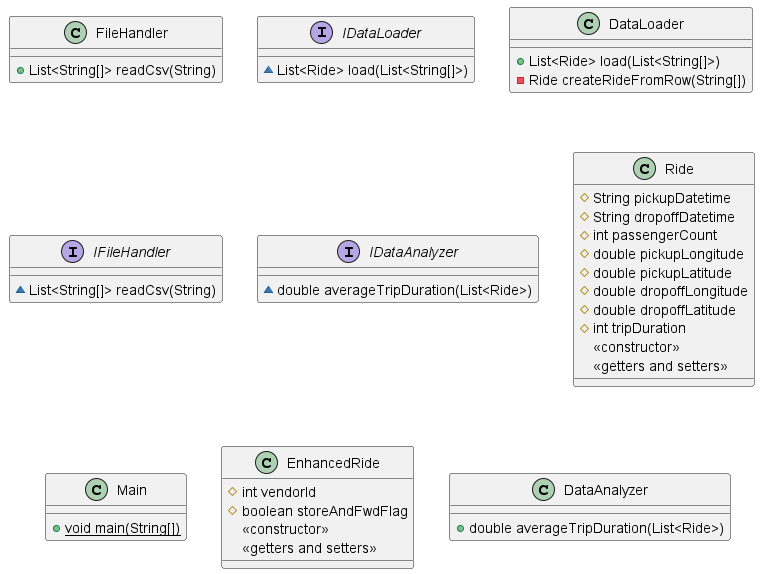
This is ENSF 607/assignments/NYC/documents/taxi_1.png from chvaldez10/ENSF-607-608, a PlantUML export, as it was before one commit. Source of this version:
```plantuml
@startuml
class FileHandler {
+ List<String[]> readCsv(String)
}

interface IDataLoader {
~ List<Ride> load(List<String[]>)
}

class DataLoader {
+ List<Ride> load(List<String[]>)
- Ride createRideFromRow(String[])
}

interface IFileHandler {
~ List<String[]> readCsv(String)
}

interface IDataAnalyzer {
~ double averageTripDuration(List<Ride>)
}

class Ride {
# String pickupDatetime
# String dropoffDatetime
# int passengerCount
# double pickupLongitude
# double pickupLatitude
# double dropoffLongitude
# double dropoffLatitude
# int tripDuration
<<constructor>>
<<getters and setters>>
}

class Main {
+ {static} void main(String[])
}

class EnhancedRide {
# int vendorId
# boolean storeAndFwdFlag
<<constructor>>
<<getters and setters>>
}

class DataAnalyzer {
+ double averageTripDuration(List<Ride>)
}

@enduml
```
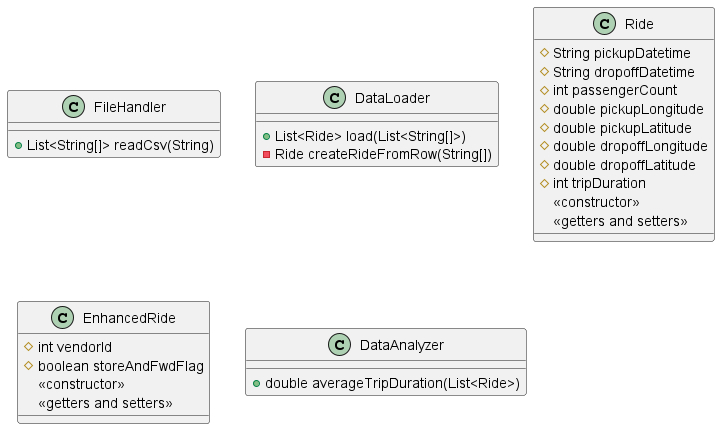
Above is the later version.

What changed in the source:
```diff
@@ -3,21 +3,9 @@
 + List<String[]> readCsv(String)
 }
 
-interface IDataLoader {
-~ List<Ride> load(List<String[]>)
-}
-
 class DataLoader {
 + List<Ride> load(List<String[]>)
 - Ride createRideFromRow(String[])
-}
-
-interface IFileHandler {
-~ List<String[]> readCsv(String)
-}
-
-interface IDataAnalyzer {
-~ double averageTripDuration(List<Ride>)
 }
 
 class Ride {
@@ -33,10 +21,6 @@
 <<getters and setters>>
 }
 
-class Main {
-+ {static} void main(String[])
-}
-
 class EnhancedRide {
 # int vendorId
 # boolean storeAndFwdFlag
```
